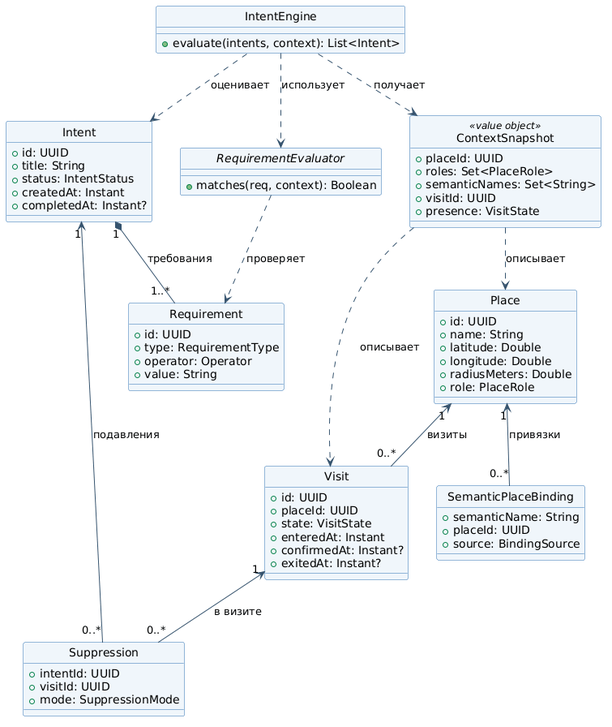
techmo0/GoCue keeps this PlantUML diagram as docs/lab-02/diagrams/rendered/03-class.png. Above is the earlier version.
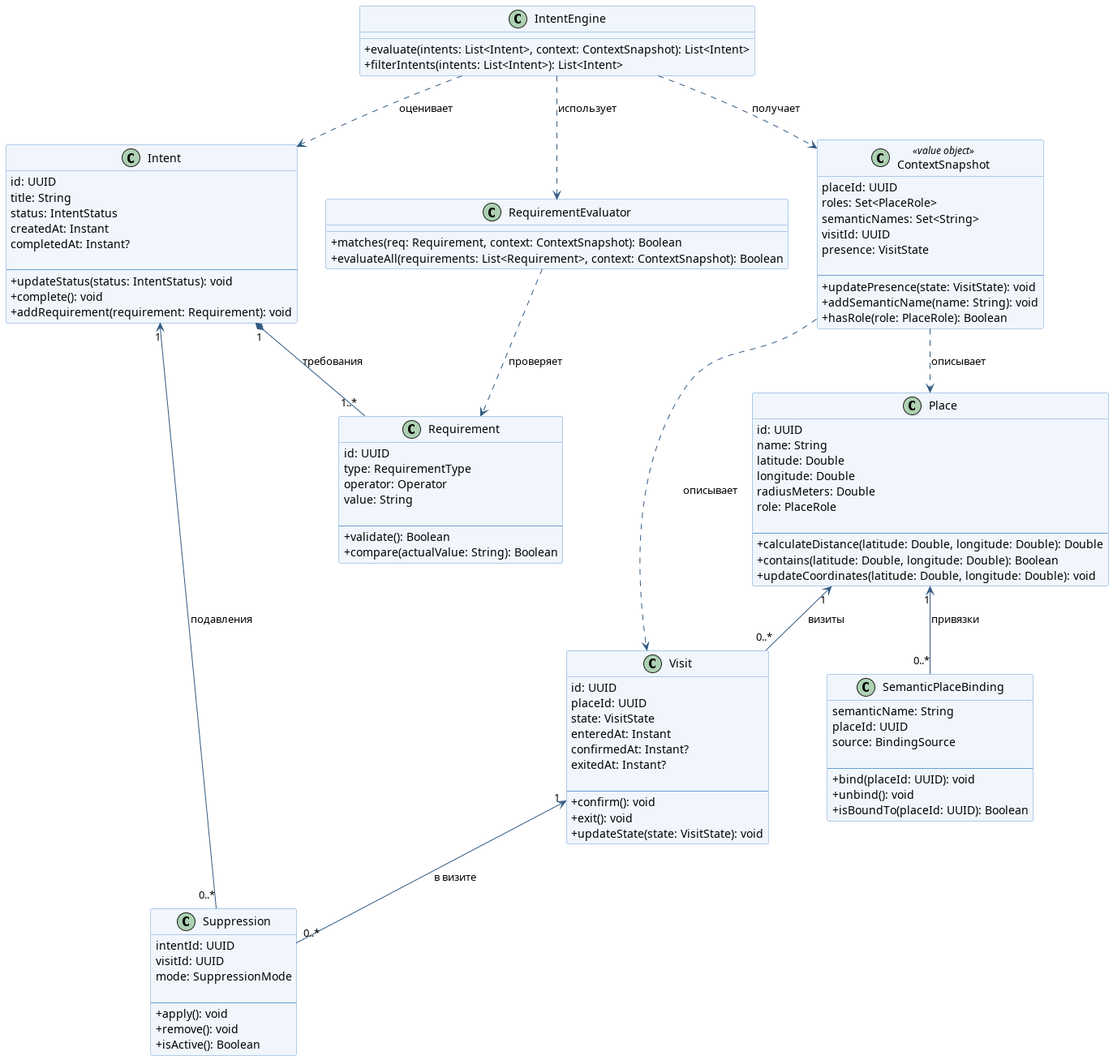
The same diagram one commit later.

Commit message:
Update GoCue class diagram

Diff of the diagram source:
```diff
@@ -1,76 +1,128 @@
 @startuml
-skinparam backgroundColor white
-skinparam shadowing false
-skinparam defaultFontName "DejaVu Sans"
+
+skinparam classAttributeIconSize 0
 skinparam class {
-  BackgroundColor #F0F6FB
-  BorderColor #2D70B2
-  ArrowColor #35536E
+    BackgroundColor #F0F6FC
+    BorderColor #6B9BD2
+    ArrowColor #315A82
 }
-hide circle
+
 
 class Intent {
-  +id: UUID
-  +title: String
-  +status: IntentStatus
-  +createdAt: Instant
-  +completedAt: Instant?
-}
-class Requirement {
-  +id: UUID
-  +type: RequirementType
-  +operator: Operator
-  +value: String
-}
-class Place {
-  +id: UUID
-  +name: String
-  +latitude: Double
-  +longitude: Double
-  +radiusMeters: Double
-  +role: PlaceRole
-}
-class SemanticPlaceBinding {
-  +semanticName: String
-  +placeId: UUID
-  +source: BindingSource
-}
-class Visit {
-  +id: UUID
-  +placeId: UUID
-  +state: VisitState
-  +enteredAt: Instant
-  +confirmedAt: Instant?
-  +exitedAt: Instant?
-}
-class Suppression {
-  +intentId: UUID
-  +visitId: UUID
-  +mode: SuppressionMode
-}
-class ContextSnapshot <<value object>> {
-  +placeId: UUID
-  +roles: Set<PlaceRole>
-  +semanticNames: Set<String>
-  +visitId: UUID
-  +presence: VisitState
-}
-interface RequirementEvaluator {
-  +matches(req, context): Boolean
-}
-class IntentEngine {
-  +evaluate(intents, context): List<Intent>
+    id: UUID
+    title: String
+    status: IntentStatus
+    createdAt: Instant
+    completedAt: Instant?
+
+    --
+    + updateStatus(status: IntentStatus): void
+    + complete(): void
+    + addRequirement(requirement: Requirement): void
 }
 
-Intent "1" *-- "1..*" Requirement : требования
-Place "1" <-- "0..*" Visit : визиты
-Place "1" <-- "0..*" SemanticPlaceBinding : привязки
-Intent "1" <-- "0..*" Suppression : подавления
-Visit "1" <-- "0..*" Suppression : в визите
+class IntentEngine {
+    + evaluate(intents: List<Intent>, context: ContextSnapshot): List<Intent>
+    + filterIntents(intents: List<Intent>): List<Intent>
+}
+
+class RequirementEvaluator {
+    + matches(req: Requirement, context: ContextSnapshot): Boolean
+    + evaluateAll(requirements: List<Requirement>, context: ContextSnapshot): Boolean
+}
+
+class Requirement {
+    id: UUID
+    type: RequirementType
+    operator: Operator
+    value: String
+
+    --
+    + validate(): Boolean
+    + compare(actualValue: String): Boolean
+}
+
+class ContextSnapshot <<value object>> {
+    placeId: UUID
+    roles: Set<PlaceRole>
+    semanticNames: Set<String>
+    visitId: UUID
+    presence: VisitState
+
+    --
+    + updatePresence(state: VisitState): void
+    + addSemanticName(name: String): void
+    + hasRole(role: PlaceRole): Boolean
+}
+
+class Place {
+    id: UUID
+    name: String
+    latitude: Double
+    longitude: Double
+    radiusMeters: Double
+    role: PlaceRole
+
+    --
+    + calculateDistance(latitude: Double, longitude: Double): Double
+    + contains(latitude: Double, longitude: Double): Boolean
+    + updateCoordinates(latitude: Double, longitude: Double): void
+}
+
+class Visit {
+    id: UUID
+    placeId: UUID
+    state: VisitState
+    enteredAt: Instant
+    confirmedAt: Instant?
+    exitedAt: Instant?
+
+    --
+    + confirm(): void
+    + exit(): void
+    + updateState(state: VisitState): void
+}
+
+class SemanticPlaceBinding {
+    semanticName: String
+    placeId: UUID
+    source: BindingSource
+
+    --
+    + bind(placeId: UUID): void
+    + unbind(): void
+    + isBoundTo(placeId: UUID): Boolean
+}
+
+class Suppression {
+    intentId: UUID
+    visitId: UUID
+    mode: SuppressionMode
+
+    --
+    + apply(): void
+    + remove(): void
+    + isActive(): Boolean
+}
+
+
+IntentEngine ..> Intent : оценивает
 IntentEngine ..> RequirementEvaluator : использует
 IntentEngine ..> ContextSnapshot : получает
-IntentEngine ..> Intent : оценивает
+
 RequirementEvaluator ..> Requirement : проверяет
+
+Intent "1" *-- "1..*" Requirement : требования
+
+ContextSnapshot ..> Place : описывает
 ContextSnapshot ..> Visit : описывает
-ContextSnapshot ..> Place : описывает
+
+Place "1" <-- "0..*" Visit : визиты
+
+Place "1" <-- "0..*" SemanticPlaceBinding : привязки
+
+Intent "1" <-- "0..*" Suppression : подавления
+
+Visit "1" <-- "0..*" Suppression : в визите
+
 @enduml
```
